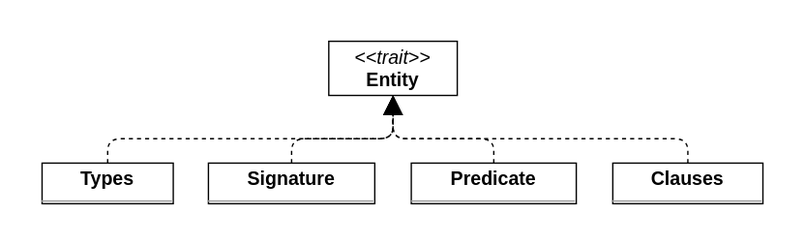
Before: docs/img/S2P_UML_class_diagram-Entity.drawio.svg, a diagram exported from draw.io (MarcoFontana48/PPS-23-Scala2Prolog). Source tidied: cells renumbered, new cells last; positions are measured from the earlier drawing's top-left corner, leaving out a move shared by most shapes. Source of this version:
```xml
<mxGraphModel>
  <root>
    <mxCell id="0" />
    <mxCell id="1" parent="0" />
    <mxCell id="2" value="&lt;p style=&quot;margin:0px;margin-top:4px;text-align:center;&quot;&gt;&lt;b&gt;Clauses&lt;/b&gt;&lt;/p&gt;&lt;hr size=&quot;1&quot;/&gt;" style="verticalAlign=top;align=left;overflow=fill;fontSize=14;fontFamily=Helvetica;html=1;rounded=0;shadow=0;comic=0;labelBackgroundColor=none;strokeWidth=1;" parent="1" vertex="1">
      <mxGeometry x="422" y="90" width="111" height="30" as="geometry" />
    </mxCell>
    <mxCell id="3" value="&lt;p style=&quot;margin:0px;margin-top:4px;text-align:center;&quot;&gt;&lt;i&gt;&amp;lt;&amp;lt;trait&amp;gt;&amp;gt;&lt;/i&gt;&lt;br&gt;&lt;b&gt;Entity&lt;/b&gt;&lt;/p&gt;&lt;hr size=&quot;1&quot;&gt;" style="verticalAlign=top;align=left;overflow=fill;fontSize=14;fontFamily=Helvetica;html=1;rounded=0;shadow=0;comic=0;labelBackgroundColor=none;strokeWidth=1;" parent="1" vertex="1">
      <mxGeometry x="212" width="95" height="40" as="geometry" />
    </mxCell>
    <mxCell id="4" value="&lt;p style=&quot;margin:0px;margin-top:4px;text-align:center;&quot;&gt;&lt;b&gt;Predicate&lt;/b&gt;&lt;/p&gt;&lt;hr size=&quot;1&quot;/&gt;" style="verticalAlign=top;align=left;overflow=fill;fontSize=14;fontFamily=Helvetica;html=1;rounded=0;shadow=0;comic=0;labelBackgroundColor=none;strokeWidth=1;" parent="1" vertex="1">
      <mxGeometry x="273" y="90" width="122" height="30" as="geometry" />
    </mxCell>
    <mxCell id="5" value="&lt;p style=&quot;margin:0px;margin-top:4px;text-align:center;&quot;&gt;&lt;b&gt;Signature&lt;/b&gt;&lt;/p&gt;&lt;hr size=&quot;1&quot;/&gt;" style="verticalAlign=top;align=left;overflow=fill;fontSize=14;fontFamily=Helvetica;html=1;rounded=0;shadow=0;comic=0;labelBackgroundColor=none;strokeWidth=1;" parent="1" vertex="1">
      <mxGeometry x="123" y="90" width="123" height="30" as="geometry" />
    </mxCell>
    <mxCell id="6" value="&lt;p style=&quot;margin:0px;margin-top:4px;text-align:center;&quot;&gt;&lt;b&gt;Types&lt;/b&gt;&lt;/p&gt;&lt;hr size=&quot;1&quot;/&gt;" style="verticalAlign=top;align=left;overflow=fill;fontSize=14;fontFamily=Helvetica;html=1;rounded=0;shadow=0;comic=0;labelBackgroundColor=none;strokeWidth=1;" parent="1" vertex="1">
      <mxGeometry y="90" width="97" height="30" as="geometry" />
    </mxCell>
    <mxCell id="7" style="html=1;rounded=1;edgeStyle=orthogonalEdgeStyle;dashed=1;startArrow=none;endArrow=block;endSize=12;strokeColor=#000000;exitX=0.500;exitY=0.001;exitDx=0;exitDy=0;entryX=0.500;entryY=1.001;entryDx=0;entryDy=0;" parent="1" edge="1" source="2" target="3">
      <mxGeometry relative="1" as="geometry">
        <Array as="points">
          <mxPoint x="478" y="72" />
          <mxPoint x="260" y="72" />
        </Array>
      </mxGeometry>
    </mxCell>
    <mxCell id="8" style="html=1;rounded=1;edgeStyle=orthogonalEdgeStyle;dashed=1;startArrow=none;endArrow=block;endSize=12;strokeColor=#000000;exitX=0.500;exitY=0.001;exitDx=0;exitDy=0;entryX=0.500;entryY=1.001;entryDx=0;entryDy=0;" parent="1" edge="1" source="4" target="3">
      <mxGeometry relative="1" as="geometry">
        <Array as="points">
          <mxPoint x="334" y="72" />
          <mxPoint x="260" y="72" />
        </Array>
      </mxGeometry>
    </mxCell>
    <mxCell id="9" style="html=1;rounded=1;edgeStyle=orthogonalEdgeStyle;dashed=1;startArrow=none;endArrow=block;endSize=12;strokeColor=#000000;exitX=0.500;exitY=0.001;exitDx=0;exitDy=0;entryX=0.500;entryY=1.001;entryDx=0;entryDy=0;" parent="1" edge="1" source="5" target="3">
      <mxGeometry relative="1" as="geometry">
        <Array as="points">
          <mxPoint x="185" y="72" />
          <mxPoint x="260" y="72" />
        </Array>
      </mxGeometry>
    </mxCell>
    <mxCell id="10" style="html=1;rounded=1;edgeStyle=orthogonalEdgeStyle;dashed=1;startArrow=none;endArrow=block;endSize=12;strokeColor=#000000;exitX=0.500;exitY=0.001;exitDx=0;exitDy=0;entryX=0.500;entryY=1.001;entryDx=0;entryDy=0;" parent="1" edge="1" source="6" target="3">
      <mxGeometry relative="1" as="geometry">
        <Array as="points">
          <mxPoint x="48" y="72" />
          <mxPoint x="260" y="72" />
        </Array>
      </mxGeometry>
    </mxCell>
  </root>
</mxGraphModel>
```
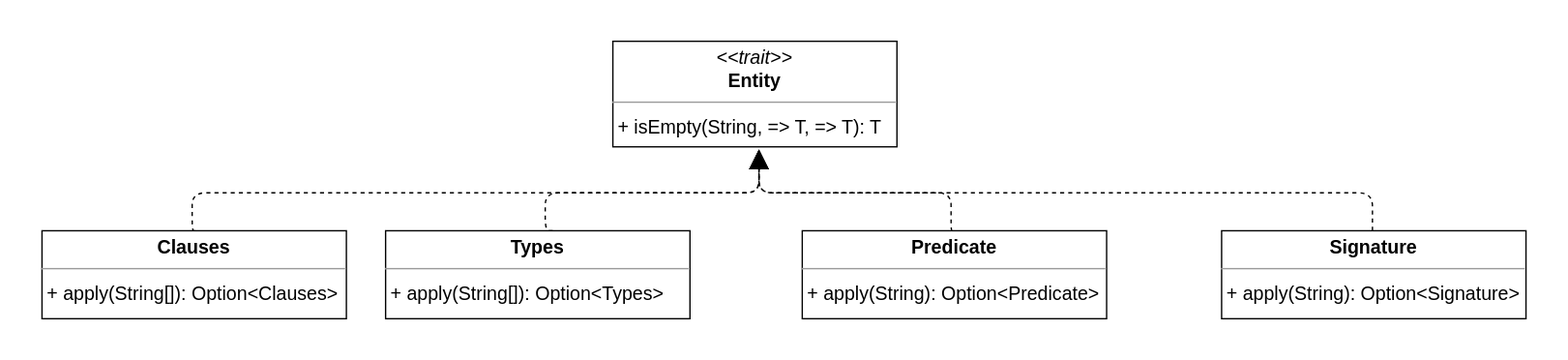
Later version of the same file.

Change to the diagram source:
```diff
@@ -2,52 +2,63 @@
   <root>
     <mxCell id="0" />
     <mxCell id="1" parent="0" />
-    <mxCell id="2" value="&lt;p style=&quot;margin:0px;margin-top:4px;text-align:center;&quot;&gt;&lt;b&gt;Clauses&lt;/b&gt;&lt;/p&gt;&lt;hr size=&quot;1&quot;/&gt;" style="verticalAlign=top;align=left;overflow=fill;fontSize=14;fontFamily=Helvetica;html=1;rounded=0;shadow=0;comic=0;labelBackgroundColor=none;strokeWidth=1;" parent="1" vertex="1">
-      <mxGeometry x="422" y="90" width="111" height="30" as="geometry" />
-    </mxCell>
-    <mxCell id="3" value="&lt;p style=&quot;margin:0px;margin-top:4px;text-align:center;&quot;&gt;&lt;i&gt;&amp;lt;&amp;lt;trait&amp;gt;&amp;gt;&lt;/i&gt;&lt;br&gt;&lt;b&gt;Entity&lt;/b&gt;&lt;/p&gt;&lt;hr size=&quot;1&quot;&gt;" style="verticalAlign=top;align=left;overflow=fill;fontSize=14;fontFamily=Helvetica;html=1;rounded=0;shadow=0;comic=0;labelBackgroundColor=none;strokeWidth=1;" parent="1" vertex="1">
-      <mxGeometry x="212" width="95" height="40" as="geometry" />
-    </mxCell>
-    <mxCell id="4" value="&lt;p style=&quot;margin:0px;margin-top:4px;text-align:center;&quot;&gt;&lt;b&gt;Predicate&lt;/b&gt;&lt;/p&gt;&lt;hr size=&quot;1&quot;/&gt;" style="verticalAlign=top;align=left;overflow=fill;fontSize=14;fontFamily=Helvetica;html=1;rounded=0;shadow=0;comic=0;labelBackgroundColor=none;strokeWidth=1;" parent="1" vertex="1">
-      <mxGeometry x="273" y="90" width="122" height="30" as="geometry" />
-    </mxCell>
-    <mxCell id="5" value="&lt;p style=&quot;margin:0px;margin-top:4px;text-align:center;&quot;&gt;&lt;b&gt;Signature&lt;/b&gt;&lt;/p&gt;&lt;hr size=&quot;1&quot;/&gt;" style="verticalAlign=top;align=left;overflow=fill;fontSize=14;fontFamily=Helvetica;html=1;rounded=0;shadow=0;comic=0;labelBackgroundColor=none;strokeWidth=1;" parent="1" vertex="1">
-      <mxGeometry x="123" y="90" width="123" height="30" as="geometry" />
-    </mxCell>
-    <mxCell id="6" value="&lt;p style=&quot;margin:0px;margin-top:4px;text-align:center;&quot;&gt;&lt;b&gt;Types&lt;/b&gt;&lt;/p&gt;&lt;hr size=&quot;1&quot;/&gt;" style="verticalAlign=top;align=left;overflow=fill;fontSize=14;fontFamily=Helvetica;html=1;rounded=0;shadow=0;comic=0;labelBackgroundColor=none;strokeWidth=1;" parent="1" vertex="1">
-      <mxGeometry y="90" width="97" height="30" as="geometry" />
-    </mxCell>
-    <mxCell id="7" style="html=1;rounded=1;edgeStyle=orthogonalEdgeStyle;dashed=1;startArrow=none;endArrow=block;endSize=12;strokeColor=#000000;exitX=0.500;exitY=0.001;exitDx=0;exitDy=0;entryX=0.500;entryY=1.001;entryDx=0;entryDy=0;" parent="1" edge="1" source="2" target="3">
-      <mxGeometry relative="1" as="geometry">
-        <Array as="points">
-          <mxPoint x="478" y="72" />
-          <mxPoint x="260" y="72" />
-        </Array>
-      </mxGeometry>
-    </mxCell>
-    <mxCell id="8" style="html=1;rounded=1;edgeStyle=orthogonalEdgeStyle;dashed=1;startArrow=none;endArrow=block;endSize=12;strokeColor=#000000;exitX=0.500;exitY=0.001;exitDx=0;exitDy=0;entryX=0.500;entryY=1.001;entryDx=0;entryDy=0;" parent="1" edge="1" source="4" target="3">
-      <mxGeometry relative="1" as="geometry">
-        <Array as="points">
-          <mxPoint x="334" y="72" />
-          <mxPoint x="260" y="72" />
-        </Array>
-      </mxGeometry>
-    </mxCell>
-    <mxCell id="9" style="html=1;rounded=1;edgeStyle=orthogonalEdgeStyle;dashed=1;startArrow=none;endArrow=block;endSize=12;strokeColor=#000000;exitX=0.500;exitY=0.001;exitDx=0;exitDy=0;entryX=0.500;entryY=1.001;entryDx=0;entryDy=0;" parent="1" edge="1" source="5" target="3">
-      <mxGeometry relative="1" as="geometry">
-        <Array as="points">
-          <mxPoint x="185" y="72" />
-          <mxPoint x="260" y="72" />
-        </Array>
-      </mxGeometry>
-    </mxCell>
-    <mxCell id="10" style="html=1;rounded=1;edgeStyle=orthogonalEdgeStyle;dashed=1;startArrow=none;endArrow=block;endSize=12;strokeColor=#000000;exitX=0.500;exitY=0.001;exitDx=0;exitDy=0;entryX=0.500;entryY=1.001;entryDx=0;entryDy=0;" parent="1" edge="1" source="6" target="3">
-      <mxGeometry relative="1" as="geometry">
-        <Array as="points">
-          <mxPoint x="48" y="72" />
-          <mxPoint x="260" y="72" />
-        </Array>
-      </mxGeometry>
-    </mxCell>
+    <mxCell id="11" style="html=1;rounded=1;edgeStyle=orthogonalEdgeStyle;dashed=1;startArrow=none;endArrow=block;endSize=12;strokeColor=#000000;exitX=0.500;exitY=0.001;exitDx=0;exitDy=0;entryX=0.500;entryY=1.001;entryDx=0;entryDy=0;" parent="1" edge="1">
+      <mxGeometry relative="1" as="geometry">
+        <mxPoint x="595.5" y="-330" as="sourcePoint" />
+        <mxPoint x="748" y="-390" as="targetPoint" />
+        <Array as="points">
+          <mxPoint x="590" y="-330" />
+          <mxPoint x="590" y="-358" />
+          <mxPoint x="748" y="-358" />
+        </Array>
+      </mxGeometry>
+    </mxCell>
+    <mxCell id="12" style="html=1;rounded=1;edgeStyle=orthogonalEdgeStyle;dashed=1;startArrow=none;endArrow=block;endSize=12;strokeColor=#000000;exitX=0.500;exitY=0.001;exitDx=0;exitDy=0;entryX=0.500;entryY=1.001;entryDx=0;entryDy=0;" parent="1" edge="1">
+      <mxGeometry relative="1" as="geometry">
+        <mxPoint x="891" y="-330" as="sourcePoint" />
+        <mxPoint x="748" y="-390" as="targetPoint" />
+        <Array as="points">
+          <mxPoint x="890" y="-330" />
+          <mxPoint x="890" y="-358" />
+          <mxPoint x="748" y="-358" />
+        </Array>
+      </mxGeometry>
+    </mxCell>
+    <mxCell id="13" style="html=1;rounded=1;edgeStyle=orthogonalEdgeStyle;dashed=1;startArrow=none;endArrow=block;endSize=12;strokeColor=#000000;exitX=0.500;exitY=0.001;exitDx=0;exitDy=0;entryX=0.500;entryY=1.001;entryDx=0;entryDy=0;" parent="1" edge="1">
+      <mxGeometry relative="1" as="geometry">
+        <mxPoint x="1201.5" y="-330" as="sourcePoint" />
+        <mxPoint x="748" y="-390" as="targetPoint" />
+        <Array as="points">
+          <mxPoint x="1202" y="-358" />
+          <mxPoint x="748" y="-358" />
+        </Array>
+      </mxGeometry>
+    </mxCell>
+    <mxCell id="14" style="html=1;rounded=1;edgeStyle=orthogonalEdgeStyle;dashed=1;startArrow=none;endArrow=block;endSize=12;strokeColor=#000000;exitX=0.500;exitY=0.001;exitDx=0;exitDy=0;entryX=0.5;entryY=1;entryDx=0;entryDy=0;" parent="1" edge="1">
+      <mxGeometry relative="1" as="geometry">
+        <mxPoint x="331" y="-330" as="sourcePoint" />
+        <mxPoint x="748" y="-390" as="targetPoint" />
+        <Array as="points">
+          <mxPoint x="329" y="-330" />
+          <mxPoint x="329" y="-358" />
+          <mxPoint x="748" y="-358" />
+        </Array>
+      </mxGeometry>
+    </mxCell>
+    <mxCell id="15" value="&lt;p style=&quot;margin:0px;margin-top:4px;text-align:center;&quot;&gt;&lt;i&gt;&amp;lt;&amp;lt;trait&amp;gt;&amp;gt;&lt;/i&gt;&lt;br&gt;&lt;b&gt;Entity&lt;/b&gt;&lt;/p&gt;&lt;hr size=&quot;1&quot;&gt;&lt;p style=&quot;margin:0 0 0 4px;line-height:1.6;&quot;&gt;+ isEmpty(String, =&amp;gt; T, =&amp;gt; T): T&lt;/p&gt;" style="verticalAlign=top;align=left;overflow=fill;fontSize=14;fontFamily=Helvetica;html=1;rounded=0;shadow=0;comic=0;labelBackgroundColor=none;strokeWidth=1;" parent="1" vertex="1">
+      <mxGeometry x="640" y="-470" width="210" height="78" as="geometry" />
+    </mxCell>
+    <mxCell id="16" value="&lt;p style=&quot;margin:0px;margin-top:4px;text-align:center;&quot;&gt;&lt;b&gt;Clauses&lt;/b&gt;&lt;/p&gt;&lt;hr size=&quot;1&quot;&gt;&lt;p style=&quot;margin:0 0 0 4px;line-height:1.6;&quot;&gt;&lt;/p&gt;&lt;p style=&quot;margin:0 0 0 4px;line-height:1.6;&quot;&gt;&lt;/p&gt;&lt;p style=&quot;margin:0 0 0 4px;line-height:1.6;&quot;&gt;+ apply(String[]): Option&amp;lt;Clauses&amp;gt;&lt;/p&gt;" style="verticalAlign=top;align=left;overflow=fill;fontSize=14;fontFamily=Helvetica;html=1;rounded=0;shadow=0;comic=0;labelBackgroundColor=none;strokeWidth=1;" parent="1" vertex="1">
+      <mxGeometry x="218" y="-330" width="225" height="65" as="geometry" />
+    </mxCell>
+    <mxCell id="17" value="&lt;p style=&quot;margin:0px;margin-top:4px;text-align:center;&quot;&gt;&lt;b&gt;Predicate&lt;/b&gt;&lt;/p&gt;&lt;hr size=&quot;1&quot;&gt;&lt;p style=&quot;margin:0 0 0 4px;line-height:1.6;&quot;&gt;&lt;/p&gt;&lt;p style=&quot;margin:0 0 0 4px;line-height:1.6;&quot;&gt;&lt;/p&gt;&lt;p style=&quot;margin:0 0 0 4px;line-height:1.6;&quot;&gt;+ apply(String): Option&amp;lt;Predicate&amp;gt;&lt;/p&gt;" style="verticalAlign=top;align=left;overflow=fill;fontSize=14;fontFamily=Helvetica;html=1;rounded=0;shadow=0;comic=0;labelBackgroundColor=none;strokeWidth=1;" parent="1" vertex="1">
+      <mxGeometry x="780" y="-330" width="225" height="65" as="geometry" />
+    </mxCell>
+    <mxCell id="18" value="&lt;p style=&quot;margin:0px;margin-top:4px;text-align:center;&quot;&gt;&lt;b&gt;Signature&lt;/b&gt;&lt;/p&gt;&lt;hr size=&quot;1&quot;&gt;&lt;p style=&quot;margin:0 0 0 4px;line-height:1.6;&quot;&gt;&lt;/p&gt;&lt;p style=&quot;margin:0 0 0 4px;line-height:1.6;&quot;&gt;&lt;/p&gt;&lt;p style=&quot;margin:0 0 0 4px;line-height:1.6;&quot;&gt;+ apply(String): Option&amp;lt;Signature&amp;gt;&lt;/p&gt;" style="verticalAlign=top;align=left;overflow=fill;fontSize=14;fontFamily=Helvetica;html=1;rounded=0;shadow=0;comic=0;labelBackgroundColor=none;strokeWidth=1;" parent="1" vertex="1">
+      <mxGeometry x="1090" y="-330" width="225" height="65" as="geometry" />
+    </mxCell>
+    <mxCell id="19" value="&lt;p style=&quot;margin:0px;margin-top:4px;text-align:center;&quot;&gt;&lt;b&gt;Types&lt;/b&gt;&lt;/p&gt;&lt;hr size=&quot;1&quot;&gt;&lt;p style=&quot;margin:0 0 0 4px;line-height:1.6;&quot;&gt;&lt;/p&gt;&lt;p style=&quot;margin:0 0 0 4px;line-height:1.6;&quot;&gt;&lt;/p&gt;&lt;p style=&quot;margin:0 0 0 4px;line-height:1.6;&quot;&gt;+ apply(String[]): Option&amp;lt;Types&amp;gt;&lt;/p&gt;" style="verticalAlign=top;align=left;overflow=fill;fontSize=14;fontFamily=Helvetica;html=1;rounded=0;shadow=0;comic=0;labelBackgroundColor=none;strokeWidth=1;" parent="1" vertex="1">
+      <mxGeometry x="472" y="-330" width="225" height="65" as="geometry" />
+    </mxCell>
   </root>
 </mxGraphModel>
```
